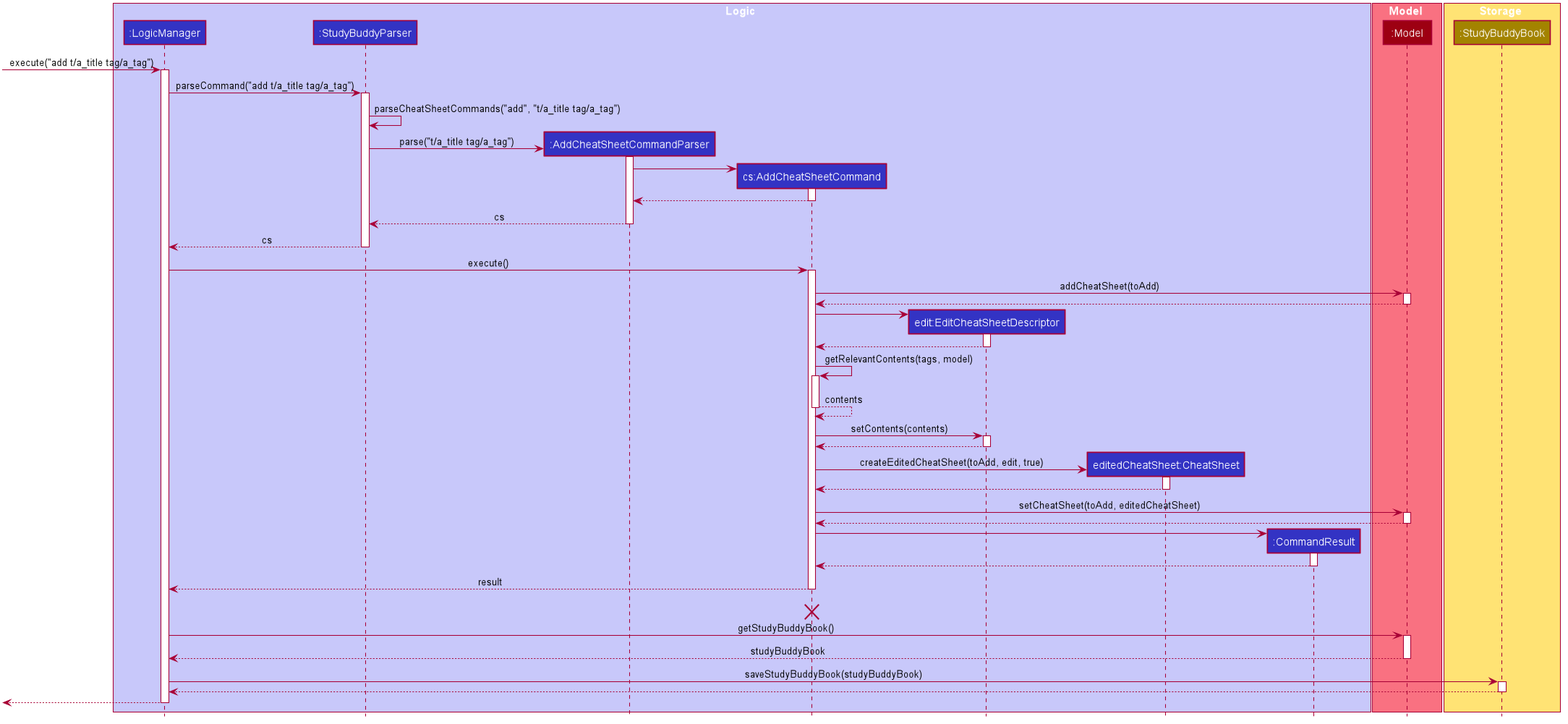
Before: images/jasmineDiagrams/AddCheatSheetSequenceDiagram.png, a diagram exported from PlantUML (AY1920S1-CS2103T-W13-3/StudyBuddyPro).
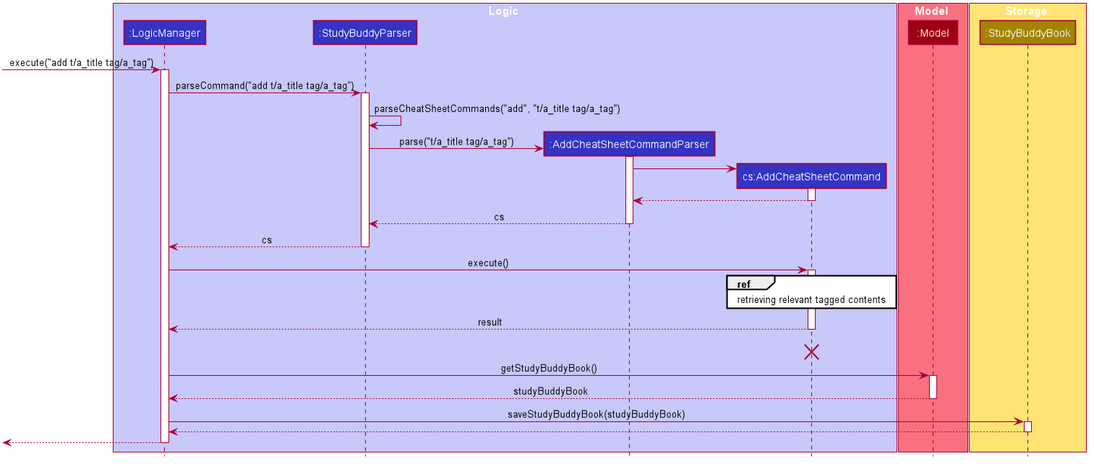
The same diagram one commit later.

Change to the diagram source:
```diff
@@ -53,9 +53,6 @@
 participant ":StudyBuddyParser" as StudyBuddyParser #3333C4
 participant ":AddCheatSheetCommandParser" as AddCheatSheetCommandParser #3333C4
 participant "cs:AddCheatSheetCommand" as AddCheatSheetCommand #3333C4
-participant "edit:EditCheatSheetDescriptor" as EditCheatSheetDescriptor #3333C4
-participant "editedCheatSheet:CheatSheet" as CheatSheet #3333C4
-participant ":CommandResult" as CommandResult #3333C4
 end box
 
 box Model #F97181
@@ -94,50 +91,9 @@
 LogicManager -> AddCheatSheetCommand : execute()
 activate AddCheatSheetCommand
 
-AddCheatSheetCommand -> Model : addCheatSheet(toAdd)
-activate Model
-
-Model --> AddCheatSheetCommand
-deactivate Model
-
-create EditCheatSheetDescriptor
-AddCheatSheetCommand -> EditCheatSheetDescriptor
-activate EditCheatSheetDescriptor
-
-EditCheatSheetDescriptor --> AddCheatSheetCommand
-deactivate EditCheatSheetDescriptor
-
-AddCheatSheetCommand -> AddCheatSheetCommand : getRelevantContents(tags, model)
-activate AddCheatSheetCommand
-
-AddCheatSheetCommand --> AddCheatSheetCommand : contents
-deactivate AddCheatSheetCommand
-
-AddCheatSheetCommand -> EditCheatSheetDescriptor : setContents(contents)
-activate EditCheatSheetDescriptor
-
-EditCheatSheetDescriptor --> AddCheatSheetCommand
-deactivate EditCheatSheetDescriptor
-
-create CheatSheet
-AddCheatSheetCommand -> CheatSheet : createEditedCheatSheet(toAdd, edit, true)
-activate CheatSheet
-
-CheatSheet --> AddCheatSheetCommand
-deactivate CheatSheet
-
-AddCheatSheetCommand -> Model : setCheatSheet(toAdd, editedCheatSheet)
-activate Model
-
-Model --> AddCheatSheetCommand
-deactivate Model
-
-create CommandResult
-AddCheatSheetCommand -> CommandResult
-activate CommandResult
-
-CommandResult --> AddCheatSheetCommand
-deactivate CommandResult
+ref over AddCheatSheetCommand
+    retrieving relevant tagged contents
+end ref
 
 AddCheatSheetCommand --> LogicManager : result
 deactivate AddCheatSheetCommand
```
